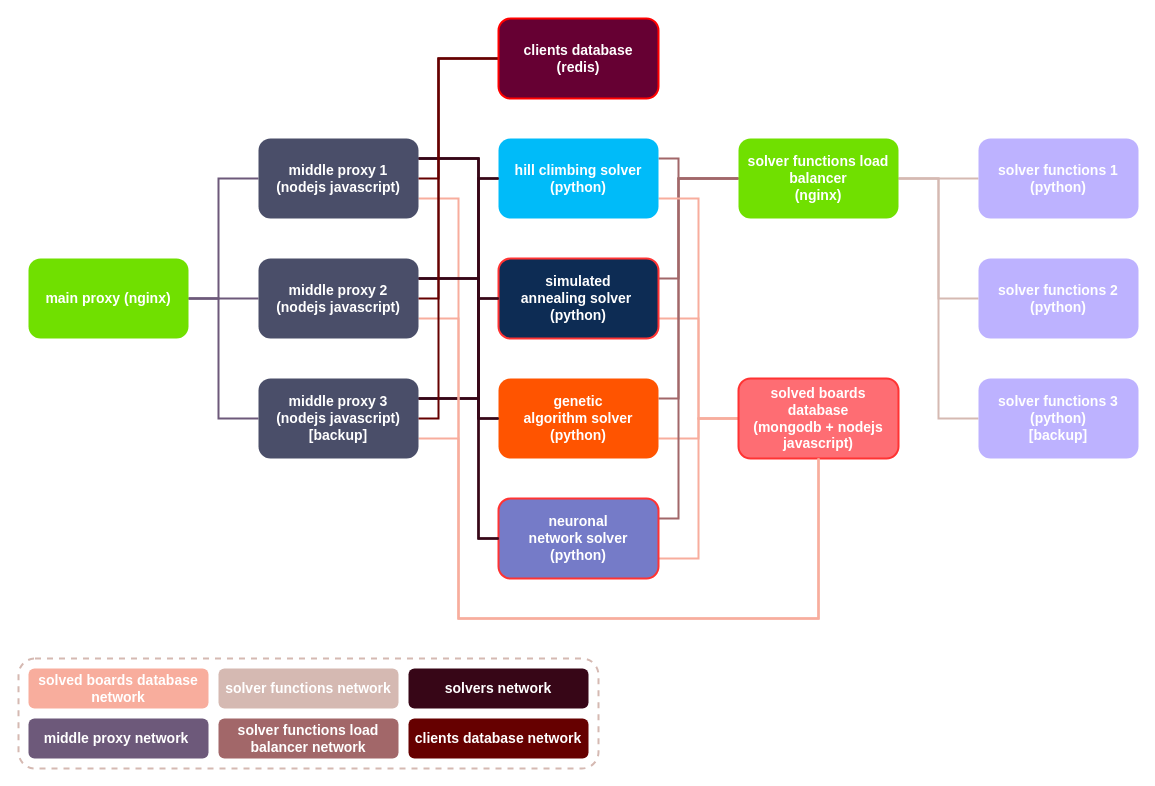
joseesco24/sudoku_solver keeps this draw.io diagram as images/sudoku_solver.drawio. Above is the earlier version. Source tidied: cells renumbered, new cells numbered last; positions are measured from the earlier drawing's top-left corner, leaving out a move shared by most shapes. Both pictures are drawn from the tidied source at 100%, with x=0, y=0 at pixel (18, 18).
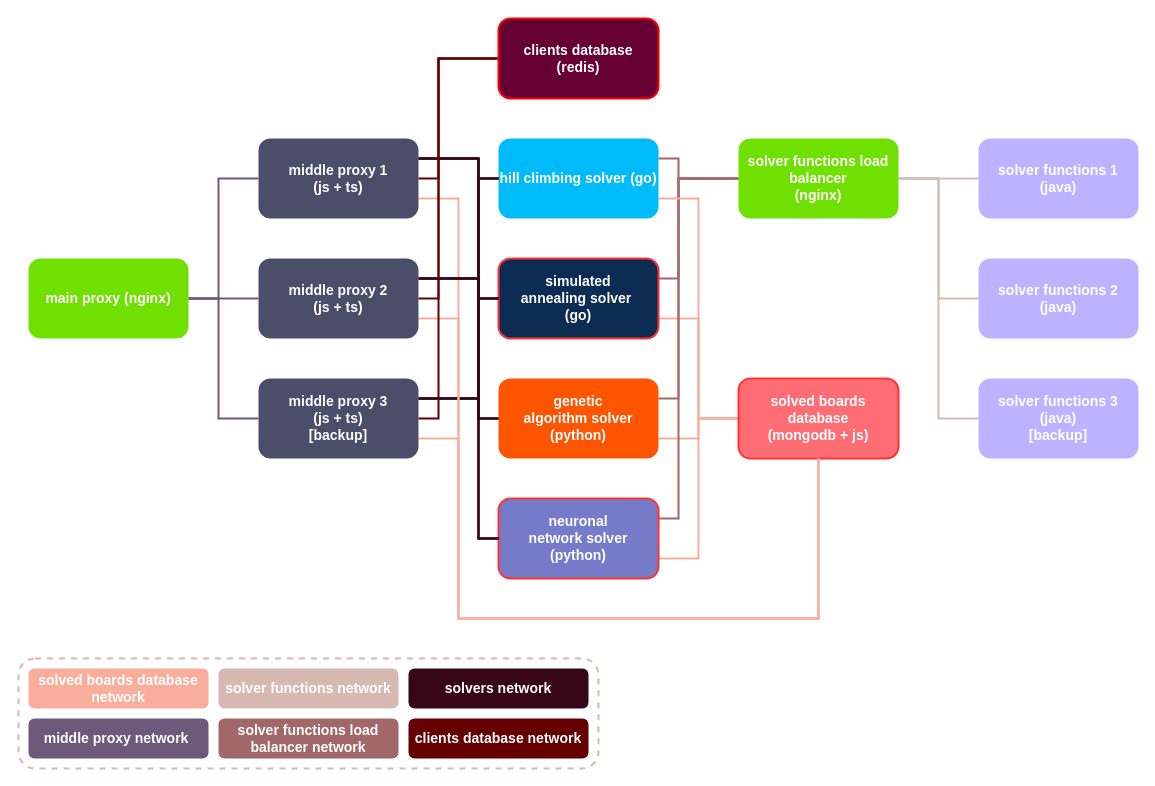
The same diagram, later.

Commit message (it also covers changes not shown here):
correcciones en el diagrama de acuero a la neuva arquitectura de contenedores

Diff of the diagram source:
```diff
@@
-    <mxCell id="9" value="&lt;b&gt;&lt;font color=&quot;#ffffff&quot;&gt;&lt;span style=&quot;font-size: 14px&quot;&gt;simulated annealing&amp;nbsp;solver&amp;nbsp;&lt;br&gt;&lt;/span&gt;&lt;/font&gt;&lt;span style=&quot;color: rgb(255 , 255 , 255) ; font-size: 14px&quot;&gt;(python)&lt;/span&gt;&lt;/b&gt;" style="rounded=1;whiteSpace=wrap;html=1;strokeWidth=2;fillColor=#0d2c54;strokeColor=#FF3333;" parent="1" vertex="1">
+    <mxCell id="9" value="&lt;b&gt;&lt;font color=&quot;#ffffff&quot;&gt;&lt;span style=&quot;font-size: 14px&quot;&gt;simulated annealing&amp;nbsp;solver&amp;nbsp;&lt;br&gt;&lt;/span&gt;&lt;/font&gt;&lt;span style=&quot;color: rgb(255 , 255 , 255) ; font-size: 14px&quot;&gt;(go)&lt;/span&gt;&lt;/b&gt;" style="rounded=1;whiteSpace=wrap;html=1;strokeWidth=2;fillColor=#0d2c54;strokeColor=#FF3333;" parent="1" vertex="1">
       <mxGeometry x="480" y="240" width="160" height="80" as="geometry" />
     </mxCell>
@@
-    <mxCell id="18" value="&lt;font color=&quot;#ffffff&quot; style=&quot;font-size: 14px&quot;&gt;&lt;b&gt;hill climbing solver (python)&lt;/b&gt;&lt;br&gt;&lt;/font&gt;" style="rounded=1;whiteSpace=wrap;html=1;strokeWidth=2;fillColor=#00bbf9;strokeColor=none;" parent="1" vertex="1">
+    <mxCell id="18" value="&lt;font color=&quot;#ffffff&quot; style=&quot;font-size: 14px&quot;&gt;&lt;b&gt;hill climbing solver (go)&lt;/b&gt;&lt;br&gt;&lt;/font&gt;" style="rounded=1;whiteSpace=wrap;html=1;strokeWidth=2;fillColor=#00bbf9;strokeColor=none;" parent="1" vertex="1">
       <mxGeometry x="480" y="120" width="160" height="80" as="geometry" />
     </mxCell>
@@
-    <mxCell id="23" value="&lt;font color=&quot;#ffffff&quot;&gt;&lt;span style=&quot;font-size: 14px&quot;&gt;&lt;b&gt;solved boards database &lt;br&gt;(mongodb + nodejs javascript)&lt;/b&gt;&lt;/span&gt;&lt;/font&gt;" style="rounded=1;whiteSpace=wrap;html=1;strokeWidth=2;glass=0;shadow=0;sketch=0;fillColor=#fe6d73;strokeColor=#FF3333;" parent="1" vertex="1">
+    <mxCell id="23" value="&lt;font color=&quot;#ffffff&quot;&gt;&lt;span style=&quot;font-size: 14px&quot;&gt;&lt;b&gt;solved boards database &lt;br&gt;(mongodb + js)&lt;/b&gt;&lt;/span&gt;&lt;/font&gt;" style="rounded=1;whiteSpace=wrap;html=1;strokeWidth=2;glass=0;shadow=0;sketch=0;fillColor=#fe6d73;strokeColor=#FF3333;" parent="1" vertex="1">
       <mxGeometry x="720" y="360" width="160" height="80" as="geometry" />
     </mxCell>
-    <mxCell id="24" value="&lt;font color=&quot;#ffffff&quot;&gt;&lt;span style=&quot;font-size: 14px&quot;&gt;&lt;b&gt;solver functions&lt;/b&gt;&lt;/span&gt;&lt;b style=&quot;font-size: 14px&quot;&gt;&amp;nbsp;1&lt;/b&gt;&lt;br&gt;&lt;b style=&quot;font-size: 14px&quot;&gt;(python)&lt;/b&gt;&lt;/font&gt;" style="rounded=1;whiteSpace=wrap;html=1;strokeWidth=2;fillColor=#bdb2ff;strokeColor=none;" parent="1" vertex="1">
+    <mxCell id="24" value="&lt;font color=&quot;#ffffff&quot;&gt;&lt;span style=&quot;font-size: 14px&quot;&gt;&lt;b&gt;solver functions&lt;/b&gt;&lt;/span&gt;&lt;b style=&quot;font-size: 14px&quot;&gt;&amp;nbsp;1&lt;/b&gt;&lt;br&gt;&lt;b style=&quot;font-size: 14px&quot;&gt;(java)&lt;/b&gt;&lt;/font&gt;" style="rounded=1;whiteSpace=wrap;html=1;strokeWidth=2;fillColor=#bdb2ff;strokeColor=none;" parent="1" vertex="1">
       <mxGeometry x="960" y="120" width="160" height="80" as="geometry" />
     </mxCell>
-    <mxCell id="25" value="&lt;span style=&quot;color: rgb(255 , 255 , 255) ; font-size: 14px&quot;&gt;&lt;b&gt;solver functions&lt;/b&gt;&lt;/span&gt;&lt;b style=&quot;color: rgb(255 , 255 , 255) ; font-size: 14px&quot;&gt;&amp;nbsp;2&lt;/b&gt;&lt;b style=&quot;font-size: 14px&quot;&gt;&lt;font color=&quot;#ffffff&quot;&gt;&lt;br&gt;(python)&lt;/font&gt;&lt;/b&gt;" style="rounded=1;whiteSpace=wrap;html=1;strokeWidth=2;fillColor=#bdb2ff;strokeColor=none;" parent="1" vertex="1">
+    <mxCell id="25" value="&lt;span style=&quot;color: rgb(255 , 255 , 255) ; font-size: 14px&quot;&gt;&lt;b&gt;solver functions&lt;/b&gt;&lt;/span&gt;&lt;b style=&quot;color: rgb(255 , 255 , 255) ; font-size: 14px&quot;&gt;&amp;nbsp;2&lt;/b&gt;&lt;b style=&quot;font-size: 14px&quot;&gt;&lt;font color=&quot;#ffffff&quot;&gt;&lt;br&gt;(&lt;/font&gt;&lt;/b&gt;&lt;b style=&quot;color: rgb(255 , 255 , 255) ; font-size: 14px&quot;&gt;java&lt;/b&gt;&lt;b style=&quot;font-size: 14px&quot;&gt;&lt;font color=&quot;#ffffff&quot;&gt;)&lt;/font&gt;&lt;/b&gt;" style="rounded=1;whiteSpace=wrap;html=1;strokeWidth=2;fillColor=#bdb2ff;strokeColor=none;" parent="1" vertex="1">
       <mxGeometry x="960" y="240" width="160" height="80" as="geometry" />
     </mxCell>
-    <mxCell id="26" value="&lt;span style=&quot;color: rgb(255 , 255 , 255) ; font-size: 14px&quot;&gt;&lt;b&gt;solver functions&lt;/b&gt;&lt;/span&gt;&lt;b style=&quot;color: rgb(255 , 255 , 255) ; font-size: 14px&quot;&gt;&amp;nbsp;3&lt;/b&gt;&lt;b style=&quot;font-size: 14px&quot;&gt;&lt;font color=&quot;#ffffff&quot;&gt;&lt;br&gt;(python)&lt;br&gt;[&lt;/font&gt;&lt;/b&gt;&lt;b style=&quot;color: rgb(255 , 255 , 255) ; font-size: 14px&quot;&gt;backup&lt;/b&gt;&lt;b style=&quot;font-size: 14px&quot;&gt;&lt;font color=&quot;#ffffff&quot;&gt;]&lt;br&gt;&lt;/font&gt;&lt;/b&gt;" style="rounded=1;whiteSpace=wrap;html=1;strokeWidth=2;fillColor=#bdb2ff;strokeColor=none;" parent="1" vertex="1">
+    <mxCell id="26" value="&lt;span style=&quot;color: rgb(255 , 255 , 255) ; font-size: 14px&quot;&gt;&lt;b&gt;solver functions&lt;/b&gt;&lt;/span&gt;&lt;b style=&quot;color: rgb(255 , 255 , 255) ; font-size: 14px&quot;&gt;&amp;nbsp;3&lt;/b&gt;&lt;b style=&quot;font-size: 14px&quot;&gt;&lt;font color=&quot;#ffffff&quot;&gt;&lt;br&gt;(&lt;/font&gt;&lt;/b&gt;&lt;b style=&quot;color: rgb(255 , 255 , 255) ; font-size: 14px&quot;&gt;java&lt;/b&gt;&lt;b style=&quot;font-size: 14px&quot;&gt;&lt;font color=&quot;#ffffff&quot;&gt;)&lt;br&gt;[&lt;/font&gt;&lt;/b&gt;&lt;b style=&quot;color: rgb(255 , 255 , 255) ; font-size: 14px&quot;&gt;backup&lt;/b&gt;&lt;b style=&quot;font-size: 14px&quot;&gt;&lt;font color=&quot;#ffffff&quot;&gt;]&lt;br&gt;&lt;/font&gt;&lt;/b&gt;" style="rounded=1;whiteSpace=wrap;html=1;strokeWidth=2;fillColor=#bdb2ff;strokeColor=none;" parent="1" vertex="1">
       <mxGeometry x="960" y="360" width="160" height="80" as="geometry" />
     </mxCell>
@@
-    <mxCell id="36" value="&lt;font color=&quot;#ffffff&quot;&gt;&lt;span style=&quot;font-size: 14px&quot;&gt;&lt;b&gt;middle proxy&lt;/b&gt;&lt;/span&gt;&lt;b style=&quot;font-size: 14px&quot;&gt;&amp;nbsp;3&lt;/b&gt;&lt;br&gt;&lt;b style=&quot;font-size: 14px&quot;&gt;(nodejs javascript)&lt;/b&gt;&lt;br&gt;&lt;b style=&quot;font-size: 14px&quot;&gt;[backup]&lt;/b&gt;&lt;br&gt;&lt;/font&gt;" style="rounded=1;whiteSpace=wrap;html=1;strokeWidth=2;strokeColor=none;fillColor=#4a4e69;" parent="1" vertex="1">
+    <mxCell id="36" value="&lt;font color=&quot;#ffffff&quot;&gt;&lt;span style=&quot;font-size: 14px&quot;&gt;&lt;b&gt;middle proxy&lt;/b&gt;&lt;/span&gt;&lt;b style=&quot;font-size: 14px&quot;&gt;&amp;nbsp;3&lt;/b&gt;&lt;br&gt;&lt;/font&gt;&lt;b style=&quot;color: rgb(255 , 255 , 255) ; font-size: 14px&quot;&gt;(js + ts)&lt;/b&gt;&lt;font color=&quot;#ffffff&quot;&gt;&lt;br&gt;&lt;b style=&quot;font-size: 14px&quot;&gt;[backup]&lt;/b&gt;&lt;br&gt;&lt;/font&gt;" style="rounded=1;whiteSpace=wrap;html=1;strokeWidth=2;strokeColor=none;fillColor=#4a4e69;" parent="1" vertex="1">
       <mxGeometry x="240" y="360" width="160" height="80" as="geometry" />
     </mxCell>
@@
-    <mxCell id="43" value="&lt;font color=&quot;#ffffff&quot;&gt;&lt;span style=&quot;font-size: 14px&quot;&gt;&lt;b&gt;middle proxy&amp;nbsp;&lt;/b&gt;&lt;/span&gt;&lt;b style=&quot;font-size: 14px&quot;&gt;1&lt;/b&gt;&lt;br&gt;&lt;b style=&quot;font-size: 14px&quot;&gt;(nodejs javascript)&lt;/b&gt;&lt;/font&gt;" style="rounded=1;whiteSpace=wrap;html=1;strokeWidth=2;strokeColor=none;fillColor=#4a4e69;" parent="1" vertex="1">
+    <mxCell id="43" value="&lt;font color=&quot;#ffffff&quot;&gt;&lt;span style=&quot;font-size: 14px&quot;&gt;&lt;b&gt;middle proxy&amp;nbsp;&lt;/b&gt;&lt;/span&gt;&lt;b style=&quot;font-size: 14px&quot;&gt;1&lt;/b&gt;&lt;br&gt;&lt;b style=&quot;font-size: 14px&quot;&gt;(js + ts)&lt;/b&gt;&lt;/font&gt;" style="rounded=1;whiteSpace=wrap;html=1;strokeWidth=2;strokeColor=none;fillColor=#4a4e69;" parent="1" vertex="1">
       <mxGeometry x="240" y="120" width="160" height="80" as="geometry" />
     </mxCell>
@@
-    <mxCell id="49" value="&lt;font color=&quot;#ffffff&quot;&gt;&lt;span style=&quot;font-size: 14px&quot;&gt;&lt;b&gt;middle proxy&lt;/b&gt;&lt;/span&gt;&lt;b style=&quot;font-size: 14px&quot;&gt;&amp;nbsp;2&lt;/b&gt;&lt;br&gt;&lt;b style=&quot;font-size: 14px&quot;&gt;(nodejs javascript)&lt;/b&gt;&lt;/font&gt;" style="rounded=1;whiteSpace=wrap;html=1;strokeWidth=2;strokeColor=none;fillColor=#4a4e69;" parent="1" vertex="1">
+    <mxCell id="49" value="&lt;font color=&quot;#ffffff&quot;&gt;&lt;span style=&quot;font-size: 14px&quot;&gt;&lt;b&gt;middle proxy&lt;/b&gt;&lt;/span&gt;&lt;b style=&quot;font-size: 14px&quot;&gt;&amp;nbsp;2&lt;/b&gt;&lt;br&gt;&lt;/font&gt;&lt;b style=&quot;color: rgb(255 , 255 , 255) ; font-size: 14px&quot;&gt;(js + ts)&lt;/b&gt;&lt;font color=&quot;#ffffff&quot;&gt;&lt;br&gt;&lt;/font&gt;" style="rounded=1;whiteSpace=wrap;html=1;strokeWidth=2;strokeColor=none;fillColor=#4a4e69;" parent="1" vertex="1">
       <mxGeometry x="240" y="240" width="160" height="80" as="geometry" />
     </mxCell>
```
